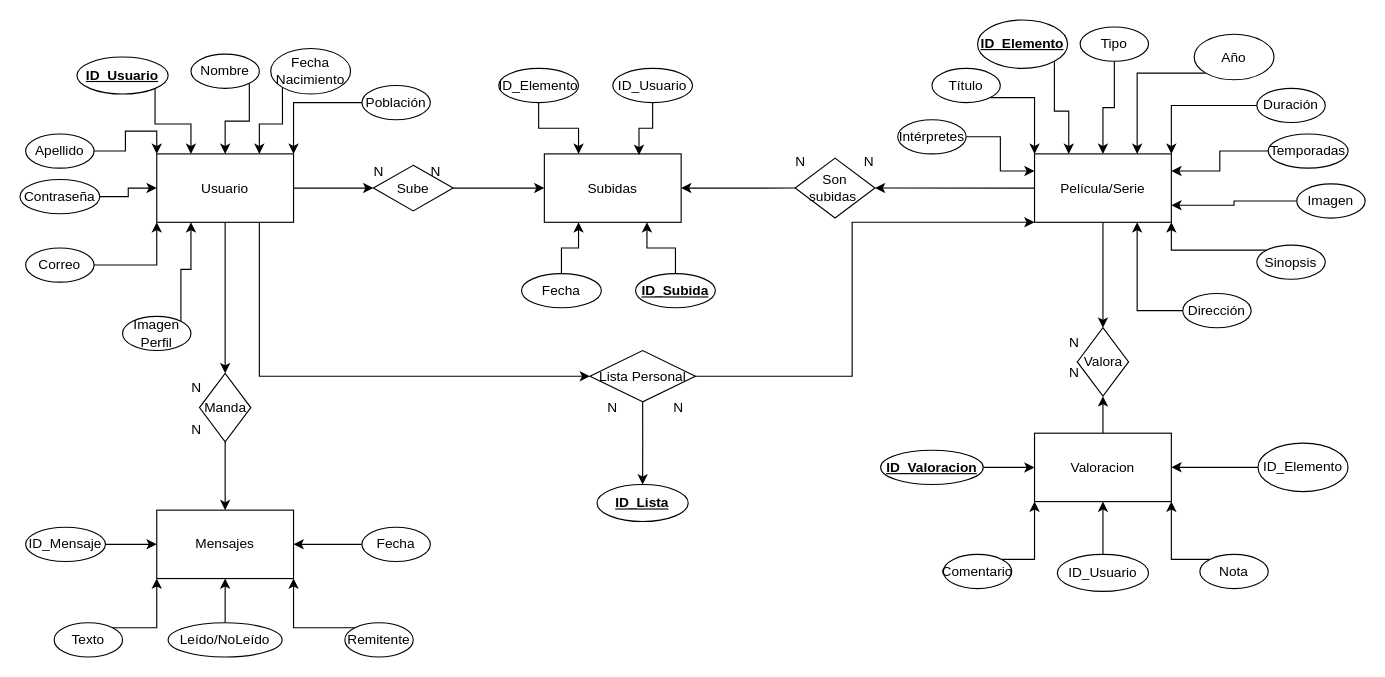
Before: AplicaciónCliente.drawio in gabrielaraudalesr/PHPEquip1, a draw.io diagram. Source tidied: cells renumbered, new cells numbered last; positions are measured from the earlier drawing's top-left corner, leaving out a move shared by most shapes. Both pictures are drawn from the tidied source at 114%, with x=0, y=0 at pixel (19, 19).
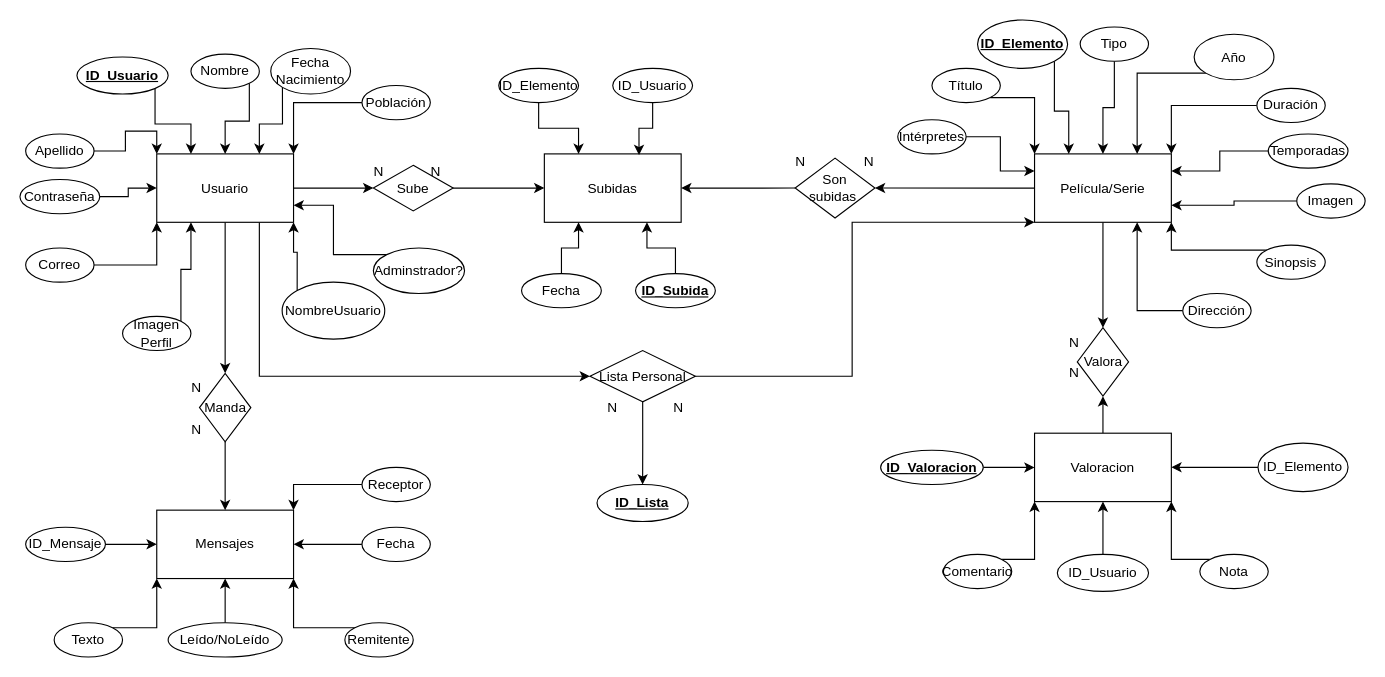
The same page after the edit.

The change refers to these unchanged cells:
```xml
<mxCell id="5" value="Usuario" style="rounded=0;whiteSpace=wrap;html=1;" parent="1" vertex="1">
  <mxGeometry x="120" y="117.5" width="120" height="60" as="geometry" />
</mxCell>
<mxCell id="83" value="Mensajes" style="rounded=0;whiteSpace=wrap;html=1;" parent="1" vertex="1">
  <mxGeometry x="120" y="430" width="120" height="60" as="geometry" />
</mxCell>
```

Diff of the diagram source:
```diff
@@
+    <mxCell id="98" style="edgeStyle=orthogonalEdgeStyle;rounded=0;jettySize=auto;html=1;exitX=0;exitY=0.5;exitDx=0;exitDy=0;entryX=1;entryY=0;entryDx=0;entryDy=0;" parent="1" edge="1" source="99" target="83">
+      <mxGeometry relative="1" as="geometry" />
+    </mxCell>
+    <mxCell id="99" value="Receptor" style="ellipse;whiteSpace=wrap;html=1;" parent="1" vertex="1">
+      <mxGeometry x="300" y="392.5" width="60" height="30" as="geometry" />
+    </mxCell>
+    <mxCell id="100" style="edgeStyle=orthogonalEdgeStyle;rounded=0;jettySize=auto;html=1;exitX=1;exitY=1;exitDx=0;exitDy=0;entryX=1;entryY=1;entryDx=0;entryDy=0;" parent="1" edge="1" source="101" target="5">
+      <mxGeometry relative="1" as="geometry" />
+    </mxCell>
+    <mxCell id="101" value="NombreUsuario" style="ellipse;whiteSpace=wrap;html=1;direction=west;" parent="1" vertex="1">
+      <mxGeometry x="230" y="230" width="90" height="50" as="geometry" />
+    </mxCell>
+    <mxCell id="102" style="edgeStyle=orthogonalEdgeStyle;rounded=0;jettySize=auto;html=1;exitX=0;exitY=0;exitDx=0;exitDy=0;entryX=1;entryY=0.75;entryDx=0;entryDy=0;" parent="1" edge="1" source="103" target="5">
+      <mxGeometry relative="1" as="geometry" />
+    </mxCell>
+    <mxCell id="103" value="Adminstrador?" style="ellipse;whiteSpace=wrap;html=1;" parent="1" vertex="1">
+      <mxGeometry x="310" y="200" width="80" height="40" as="geometry" />
+    </mxCell>
```
